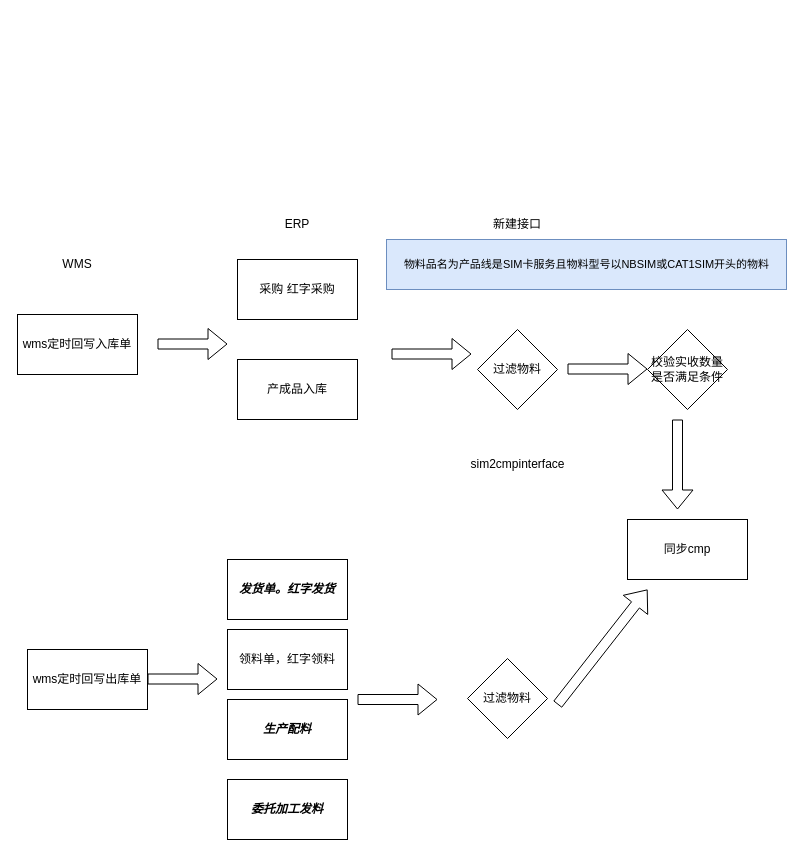
Before: sim.drawio in zckyuwang/spring-cloud-master, a draw.io diagram. Source tidied: cells renumbered, new cells numbered last; positions are measured from the earlier drawing's top-left corner, leaving out a move shared by most shapes. Both pictures are drawn from the tidied source at 100%, with x=0, y=0 at pixel (17, 209).
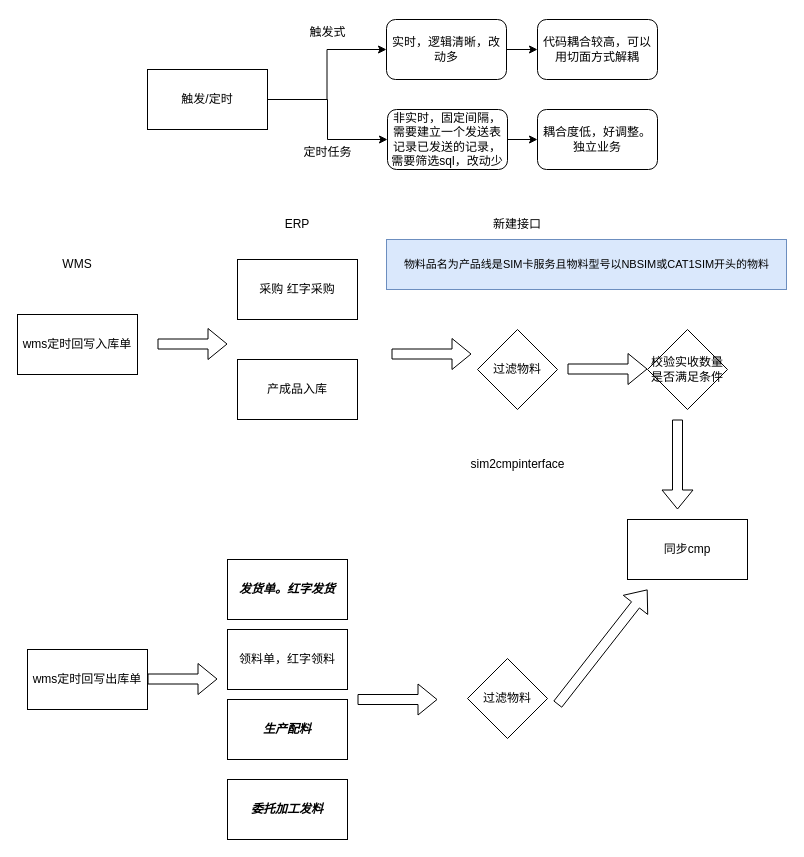
After the change.

Change to the diagram source:
```diff
@@
+    <mxCell id="26" style="edgeStyle=orthogonalEdgeStyle;rounded=0;jettySize=auto;html=1;entryX=0;entryY=0.5;entryDx=0;entryDy=0;" parent="1" edge="1" source="28" target="30">
+      <mxGeometry relative="1" as="geometry" />
+    </mxCell>
+    <mxCell id="27" style="edgeStyle=orthogonalEdgeStyle;rounded=0;jettySize=auto;html=1;" parent="1" edge="1" source="28" target="32">
+      <mxGeometry relative="1" as="geometry" />
+    </mxCell>
+    <mxCell id="28" value="触发/定时" style="rounded=0;whiteSpace=wrap;html=1;" parent="1" vertex="1">
+      <mxGeometry x="130" y="-140" width="120" height="60" as="geometry" />
+    </mxCell>
+    <mxCell id="29" style="edgeStyle=orthogonalEdgeStyle;rounded=0;jettySize=auto;html=1;" parent="1" edge="1" source="30" target="35">
+      <mxGeometry relative="1" as="geometry" />
+    </mxCell>
+    <mxCell id="30" value="实时，逻辑清晰，改动多" style="rounded=1;whiteSpace=wrap;html=1;" parent="1" vertex="1">
+      <mxGeometry x="369" y="-190" width="120" height="60" as="geometry" />
+    </mxCell>
+    <mxCell id="31" style="edgeStyle=orthogonalEdgeStyle;rounded=0;jettySize=auto;html=1;" parent="1" edge="1" source="32" target="36">
+      <mxGeometry relative="1" as="geometry" />
+    </mxCell>
+    <mxCell id="32" value="非实时，固定间隔，需要建立一个发送表记录已发送的记录，需要筛选sql，改动少" style="rounded=1;whiteSpace=wrap;html=1;" parent="1" vertex="1">
+      <mxGeometry x="370" y="-100" width="120" height="60" as="geometry" />
+    </mxCell>
+    <mxCell id="33" value="触发式" style="text;html=1;align=center;verticalAlign=middle;strokeColor=none;fillColor=none;" parent="1" vertex="1">
+      <mxGeometry x="280" y="-192" width="60" height="30" as="geometry" />
+    </mxCell>
+    <mxCell id="34" value="定时任务" style="text;html=1;align=center;verticalAlign=middle;strokeColor=none;fillColor=none;" parent="1" vertex="1">
+      <mxGeometry x="275" y="-72" width="70" height="30" as="geometry" />
+    </mxCell>
+    <mxCell id="35" value="代码耦合较高，可以用切面方式解耦" style="rounded=1;whiteSpace=wrap;html=1;" parent="1" vertex="1">
+      <mxGeometry x="520" y="-190" width="120" height="60" as="geometry" />
+    </mxCell>
+    <mxCell id="36" value="耦合度低，好调整。独立业务" style="rounded=1;whiteSpace=wrap;html=1;" parent="1" vertex="1">
+      <mxGeometry x="520" y="-100" width="120" height="60" as="geometry" />
+    </mxCell>
```
